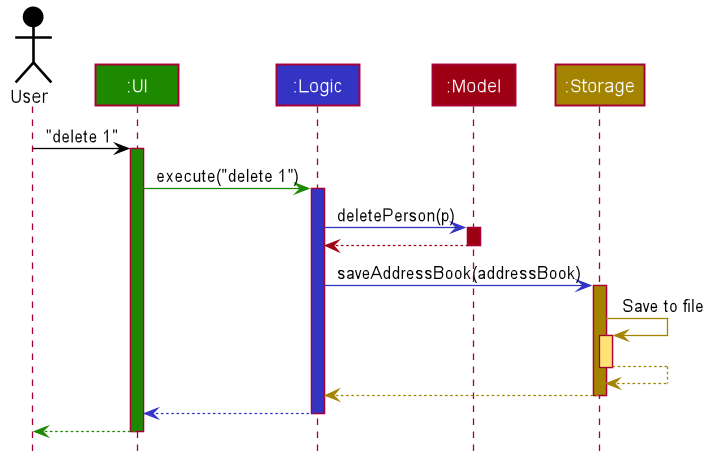
Earlier version of the PlantUML export docs/images/ArchitectureSequenceDiagram.png (nus-cs2103-AY2122S1/tp).
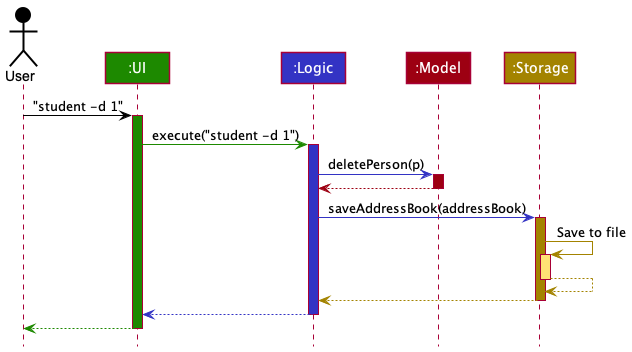
Later version of the same file.

Diff of the diagram source:
```diff
@@ -1,85 +1,38 @@
 @startuml
+!include style.puml
 
+Actor User as user USER_COLOR
+Participant ":UI" as ui UI_COLOR
+Participant ":Logic" as logic LOGIC_COLOR
+Participant ":Model" as model MODEL_COLOR
+Participant ":Storage" as storage STORAGE_COLOR
 
+user -[USER_COLOR]> ui : "student -d 1"
+activate ui UI_COLOR
 
+ui -[UI_COLOR]> logic : execute("student -d 1")
+activate logic LOGIC_COLOR
 
+logic -[LOGIC_COLOR]> model : deletePerson(p)
+activate model MODEL_COLOR
 
-
-
-
-skinparam BackgroundColor #FFFFFFF
-
-skinparam Shadowing false
-
-skinparam Class {
-    FontColor #FFFFFF
-    BorderThickness 1
-    BorderColor #FFFFFF
-    StereotypeFontColor #FFFFFF
-    FontName Arial
-}
-
-skinparam Actor {
-    BorderColor #000000
-    Color #000000
-    FontName Arial
-}
-
-skinparam Sequence {
-    MessageAlign center
-    BoxFontSize 15
-    BoxPadding 0
-    BoxFontColor #FFFFFF
-    FontName Arial
-}
-
-skinparam Participant {
-    FontColor #FFFFFFF
-    Padding 20
-}
-
-skinparam MinClassWidth 50
-skinparam ParticipantPadding 10
-skinparam Shadowing false
-skinparam DefaultTextAlignment center
-skinparam packageStyle Rectangle
-
-hide footbox
-hide members
-hide circle
-
-Actor User as user #000000
-Participant ":UI" as ui #1D8900
-Participant ":Logic" as logic #3333C4
-Participant ":Model" as model #9D0012
-Participant ":Storage" as storage #A38300
-
-user -[#000000]> ui : "delete 1"
-activate ui #1D8900
-
-ui -[#1D8900]> logic : execute("delete 1")
-activate logic #3333C4
-
-logic -[#3333C4]> model : deletePerson(p)
-activate model #9D0012
-
-model -[#9D0012]-> logic
+model -[MODEL_COLOR]-> logic
 deactivate model
 
-logic -[#3333C4]> storage : saveAddressBook(addressBook)
-activate storage #A38300
+logic -[LOGIC_COLOR]> storage : saveAddressBook(addressBook)
+activate storage STORAGE_COLOR
 
-storage -[#A38300]> storage : Save to file
-activate storage #FFE374
-storage --[#A38300]> storage
+storage -[STORAGE_COLOR]> storage : Save to file
+activate storage STORAGE_COLOR_T1
+storage --[STORAGE_COLOR]> storage
 deactivate storage
 
-storage --[#A38300]> logic
+storage --[STORAGE_COLOR]> logic
 deactivate storage
 
-logic --[#3333C4]> ui
+logic --[LOGIC_COLOR]> ui
 deactivate logic
 
-ui--[#1D8900]> user
+ui--[UI_COLOR]> user
 deactivate ui
 @enduml
```
